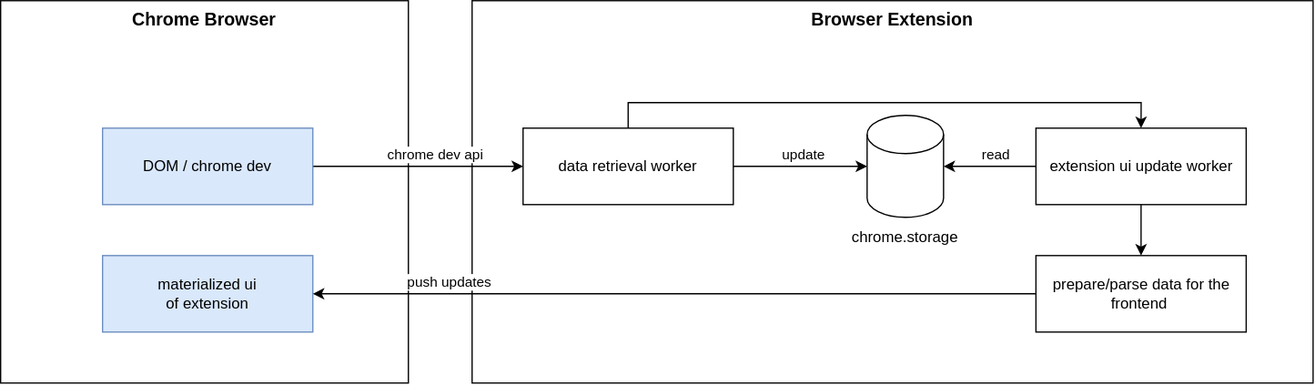
This is docs/architecture/charts/whitebox_view.svg from tharsheblows/cloudfest-cookies, a draw.io export, as it was before one commit. Source tidied: cells renumbered, new cells last; positions are measured from the earlier drawing's top-left corner, leaving out a move shared by most shapes.
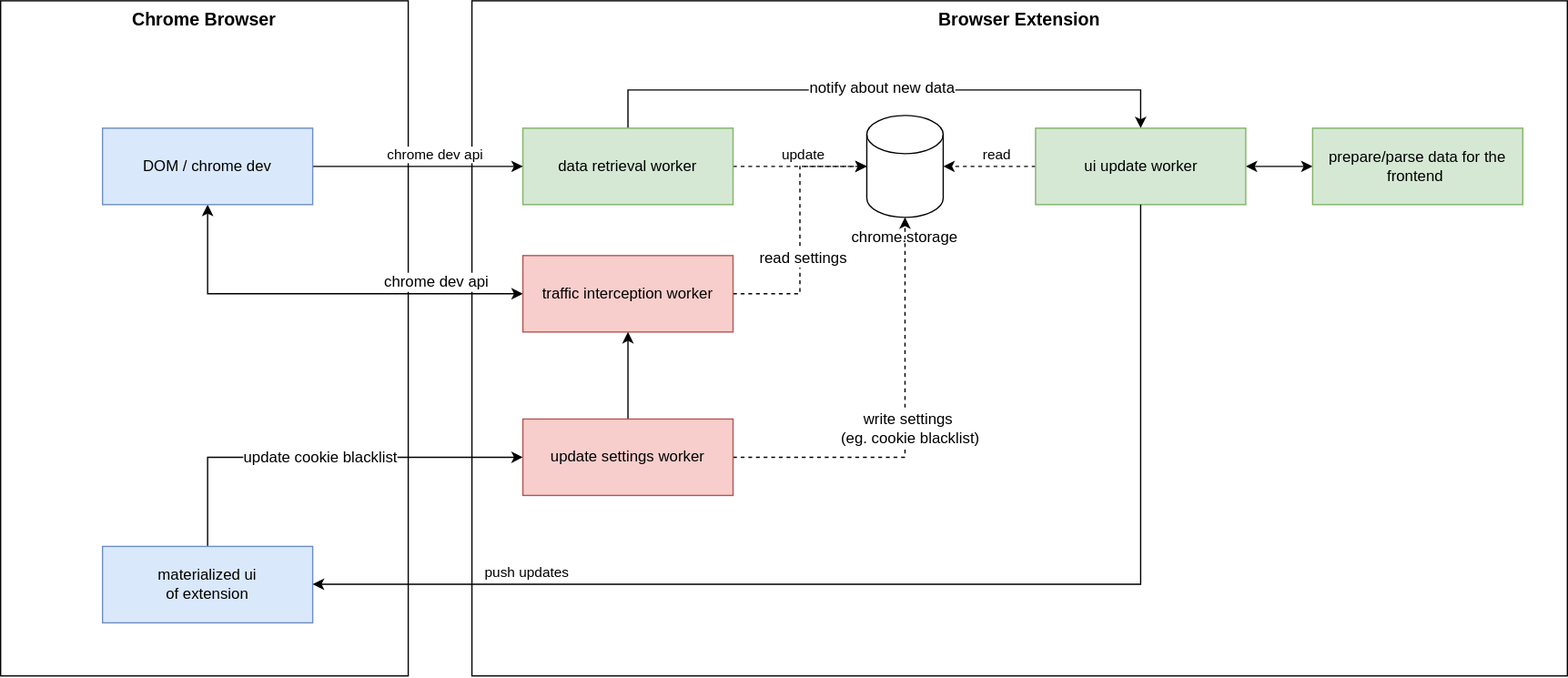
Above is the later version.

Commit message:
update whitebox view

What changed in the source:
```diff
@@ -3,15 +3,15 @@
     <mxCell id="0" />
     <mxCell id="1" parent="0" />
     <mxCell id="2" value="&lt;b style=&quot;font-size: 14px;&quot;&gt;Chrome Browser&lt;/b&gt;" style="rounded=0;whiteSpace=wrap;html=1;verticalAlign=top;fontSize=14;" parent="1" vertex="1">
-      <mxGeometry width="320" height="300" as="geometry" />
+      <mxGeometry width="320" height="530" as="geometry" />
     </mxCell>
     <mxCell id="3" value="&lt;b style=&quot;font-size: 14px;&quot;&gt;Browser Extension&lt;/b&gt;" style="rounded=0;whiteSpace=wrap;html=1;verticalAlign=top;fontSize=14;" parent="1" vertex="1">
-      <mxGeometry x="370" width="660" height="300" as="geometry" />
+      <mxGeometry x="370" width="860" height="530" as="geometry" />
     </mxCell>
     <mxCell id="4" value="&lt;br&gt;&lt;br&gt;&lt;br&gt;&lt;br&gt;&lt;br&gt;&lt;br&gt;chrome.storage" style="shape=cylinder3;whiteSpace=wrap;html=1;boundedLbl=1;backgroundOutline=1;size=15;" parent="1" vertex="1">
       <mxGeometry x="680" y="90" width="60" height="80" as="geometry" />
     </mxCell>
-    <mxCell id="5" style="edgeStyle=orthogonalEdgeStyle;rounded=0;jettySize=auto;html=1;strokeWidth=1;" parent="1" edge="1" source="8" target="4">
+    <mxCell id="5" style="edgeStyle=orthogonalEdgeStyle;rounded=0;jettySize=auto;html=1;strokeWidth=1;dashed=1;" parent="1" edge="1" source="8" target="4">
       <mxGeometry relative="1" as="geometry" />
     </mxCell>
     <mxCell id="6" value="update" style="edgeLabel;html=1;align=center;verticalAlign=middle;" parent="5" vertex="1">
@@ -22,18 +22,21 @@
     <mxCell id="7" style="edgeStyle=orthogonalEdgeStyle;rounded=0;jettySize=auto;html=1;strokeWidth=1;entryX=0.5;entryY=0;entryDx=0;entryDy=0;" parent="1" edge="1" source="8" target="12">
       <mxGeometry relative="1" as="geometry">
         <Array as="points">
-          <mxPoint x="492" y="80" />
-          <mxPoint x="895" y="80" />
+          <mxPoint x="492" y="70" />
+          <mxPoint x="895" y="70" />
         </Array>
       </mxGeometry>
     </mxCell>
+    <mxCell id="20" value="&lt;font style=&quot;font-size: 12px&quot;&gt;notify about new data&lt;/font&gt;" style="edgeLabel;html=1;align=center;verticalAlign=middle;fontSize=14;" parent="7" vertex="1">
+      <mxGeometry x="-0.01" y="3" relative="1" as="geometry" />
+    </mxCell>
-    <mxCell id="8" value="data retrieval worker" style="rounded=0;whiteSpace=wrap;html=1;" parent="1" vertex="1">
+    <mxCell id="8" value="data retrieval worker" style="rounded=0;whiteSpace=wrap;html=1;fillColor=#d5e8d4;strokeColor=#82b366;" parent="1" vertex="1">
       <mxGeometry x="410" y="100" width="165" height="60" as="geometry" />
     </mxCell>
-    <mxCell id="9" style="edgeStyle=orthogonalEdgeStyle;rounded=0;jettySize=auto;html=1;strokeWidth=1;" parent="1" edge="1" source="12" target="19">
+    <mxCell id="9" style="edgeStyle=orthogonalEdgeStyle;rounded=0;jettySize=auto;html=1;strokeWidth=1;startArrow=classic;startFill=1;" parent="1" edge="1" source="12" target="19">
       <mxGeometry relative="1" as="geometry" />
     </mxCell>
-    <mxCell id="10" style="edgeStyle=orthogonalEdgeStyle;rounded=0;jettySize=auto;html=1;strokeWidth=1;" parent="1" edge="1" source="12" target="4">
+    <mxCell id="10" style="edgeStyle=orthogonalEdgeStyle;rounded=0;jettySize=auto;html=1;strokeWidth=1;dashed=1;" parent="1" edge="1" source="12" target="4">
       <mxGeometry relative="1" as="geometry" />
     </mxCell>
     <mxCell id="11" value="read" style="edgeLabel;html=1;align=center;verticalAlign=middle;" parent="10" vertex="1">
@@ -41,7 +44,7 @@
         <mxPoint x="-5" y="-10" as="offset" />
       </mxGeometry>
     </mxCell>
-    <mxCell id="12" value="extension ui update worker" style="rounded=0;whiteSpace=wrap;html=1;" parent="1" vertex="1">
+    <mxCell id="12" value="ui update worker" style="rounded=0;whiteSpace=wrap;html=1;fillColor=#d5e8d4;strokeColor=#82b366;" parent="1" vertex="1">
       <mxGeometry x="812.5" y="100" width="165" height="60" as="geometry" />
     </mxCell>
     <mxCell id="13" style="edgeStyle=orthogonalEdgeStyle;rounded=0;jettySize=auto;html=1;" parent="1" edge="1" source="15" target="8">
@@ -52,22 +55,73 @@
         <mxPoint x="-13" y="-14" as="offset" />
       </mxGeometry>
     </mxCell>
+    <mxCell id="21" style="edgeStyle=orthogonalEdgeStyle;rounded=0;jettySize=auto;html=1;fontSize=12;startArrow=classic;startFill=1;" parent="1" edge="1" source="15" target="27">
+      <mxGeometry relative="1" as="geometry">
+        <Array as="points">
+          <mxPoint x="163" y="230" />
+        </Array>
+      </mxGeometry>
+    </mxCell>
+    <mxCell id="22" value="chrome dev api" style="edgeLabel;html=1;align=center;verticalAlign=middle;fontSize=12;" parent="21" vertex="1">
+      <mxGeometry x="-0.01" y="-3" relative="1" as="geometry">
+        <mxPoint x="92" y="-13" as="offset" />
+      </mxGeometry>
+    </mxCell>
     <mxCell id="15" value="DOM / chrome dev" style="rounded=0;whiteSpace=wrap;html=1;fillColor=#dae8fc;strokeColor=#6c8ebf;fontStyle=0;" parent="1" vertex="1">
       <mxGeometry x="80" y="100" width="165" height="60" as="geometry" />
     </mxCell>
+    <mxCell id="23" style="edgeStyle=orthogonalEdgeStyle;rounded=0;jettySize=auto;html=1;entryX=0;entryY=0.5;entryDx=0;entryDy=0;fontSize=12;startArrow=none;startFill=0;" parent="1" edge="1" source="16" target="31">
+      <mxGeometry relative="1" as="geometry">
+        <Array as="points">
+          <mxPoint x="163" y="358.3" />
+        </Array>
+      </mxGeometry>
+    </mxCell>
+    <mxCell id="24" value="update cookie blacklist" style="edgeLabel;html=1;align=center;verticalAlign=middle;fontSize=12;" parent="23" vertex="1">
+      <mxGeometry x="-0.02" y="-3" relative="1" as="geometry">
+        <mxPoint x="1" y="-3" as="offset" />
+      </mxGeometry>
+    </mxCell>
     <mxCell id="16" value="materialized ui&lt;br&gt;of extension" style="rounded=0;whiteSpace=wrap;html=1;fillColor=#dae8fc;strokeColor=#6c8ebf;" parent="1" vertex="1">
-      <mxGeometry x="80" y="200" width="165" height="60" as="geometry" />
+      <mxGeometry x="80" y="428.3" width="165" height="60" as="geometry" />
     </mxCell>
-    <mxCell id="17" style="edgeStyle=orthogonalEdgeStyle;rounded=0;jettySize=auto;html=1;" parent="1" edge="1" source="19" target="16">
-      <mxGeometry relative="1" as="geometry" />
+    <mxCell id="17" style="edgeStyle=orthogonalEdgeStyle;rounded=0;jettySize=auto;html=1;" parent="1" edge="1" source="12" target="16">
+      <mxGeometry relative="1" as="geometry">
+        <Array as="points">
+          <mxPoint x="895" y="458" />
+        </Array>
+      </mxGeometry>
     </mxCell>
     <mxCell id="18" value="push updates" style="edgeLabel;html=1;align=center;verticalAlign=middle;" parent="17" vertex="1">
       <mxGeometry x="0.68" y="-1" relative="1" as="geometry">
         <mxPoint x="14" y="-9" as="offset" />
       </mxGeometry>
     </mxCell>
-    <mxCell id="19" value="prepare/parse data for the frontend&amp;nbsp;" style="rounded=0;whiteSpace=wrap;html=1;" parent="1" vertex="1">
-      <mxGeometry x="812.5" y="200" width="165" height="60" as="geometry" />
+    <mxCell id="19" value="prepare/parse data for the frontend&amp;nbsp;" style="rounded=0;whiteSpace=wrap;html=1;fillColor=#d5e8d4;strokeColor=#82b366;" parent="1" vertex="1">
+      <mxGeometry x="1030" y="100" width="165" height="60" as="geometry" />
     </mxCell>
+    <mxCell id="25" style="edgeStyle=orthogonalEdgeStyle;rounded=0;jettySize=auto;html=1;entryX=0;entryY=0.5;entryDx=0;entryDy=0;entryPerimeter=0;fontSize=12;startArrow=none;startFill=0;dashed=1;" parent="1" edge="1" source="27" target="4">
+      <mxGeometry relative="1" as="geometry" />
+    </mxCell>
+    <mxCell id="26" value="read settings" style="edgeLabel;html=1;align=center;verticalAlign=middle;fontSize=12;" parent="25" vertex="1">
+      <mxGeometry x="-0.11" y="-1" relative="1" as="geometry">
+        <mxPoint x="1" y="10" as="offset" />
+      </mxGeometry>
+    </mxCell>
+    <mxCell id="27" value="traffic interception worker" style="rounded=0;whiteSpace=wrap;html=1;fillColor=#f8cecc;strokeColor=#b85450;" parent="1" vertex="1">
+      <mxGeometry x="410" y="200" width="165" height="60" as="geometry" />
+    </mxCell>
+    <mxCell id="28" style="edgeStyle=orthogonalEdgeStyle;rounded=0;jettySize=auto;html=1;fontSize=12;startArrow=none;startFill=0;dashed=1;" parent="1" edge="1" source="31" target="4">
+      <mxGeometry relative="1" as="geometry" />
+    </mxCell>
+    <mxCell id="29" value="write settings&amp;nbsp;&lt;br&gt;(eg. cookie blacklist)" style="edgeLabel;html=1;align=center;verticalAlign=middle;fontSize=12;" parent="28" vertex="1">
+      <mxGeometry x="-0.02" y="-3" relative="1" as="geometry" />
+    </mxCell>
+    <mxCell id="30" style="edgeStyle=orthogonalEdgeStyle;rounded=0;jettySize=auto;html=1;fontSize=12;startArrow=none;startFill=0;" parent="1" edge="1" source="31" target="27">
+      <mxGeometry relative="1" as="geometry" />
+    </mxCell>
+    <mxCell id="31" value="update settings worker" style="rounded=0;whiteSpace=wrap;html=1;fillColor=#f8cecc;strokeColor=#b85450;" parent="1" vertex="1">
+      <mxGeometry x="410" y="328.3" width="165" height="60" as="geometry" />
+    </mxCell>
   </root>
 </mxGraphModel>
```
